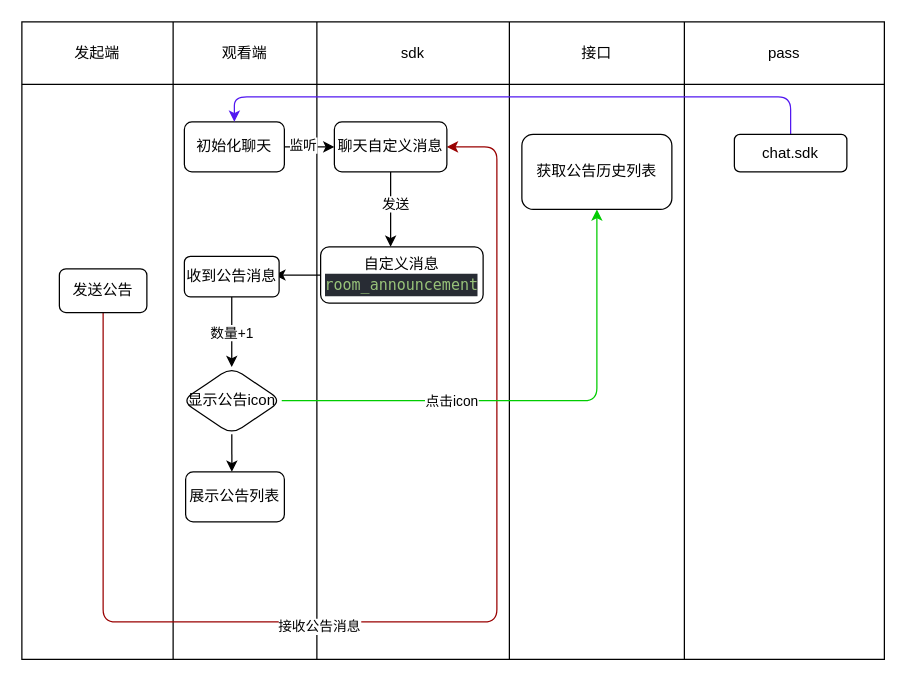
github-zoqg/vhall-platform keeps this draw.io diagram as src/packages/footer-tools/src/component/notice/doc/notice.drawio. Above is the earlier version. Source tidied: cells renumbered, new cells numbered last; positions are measured from the earlier drawing's top-left corner, leaving out a move shared by most shapes. Both pictures are drawn from the tidied source at 125%, with x=0, y=0 at pixel (21, 21).
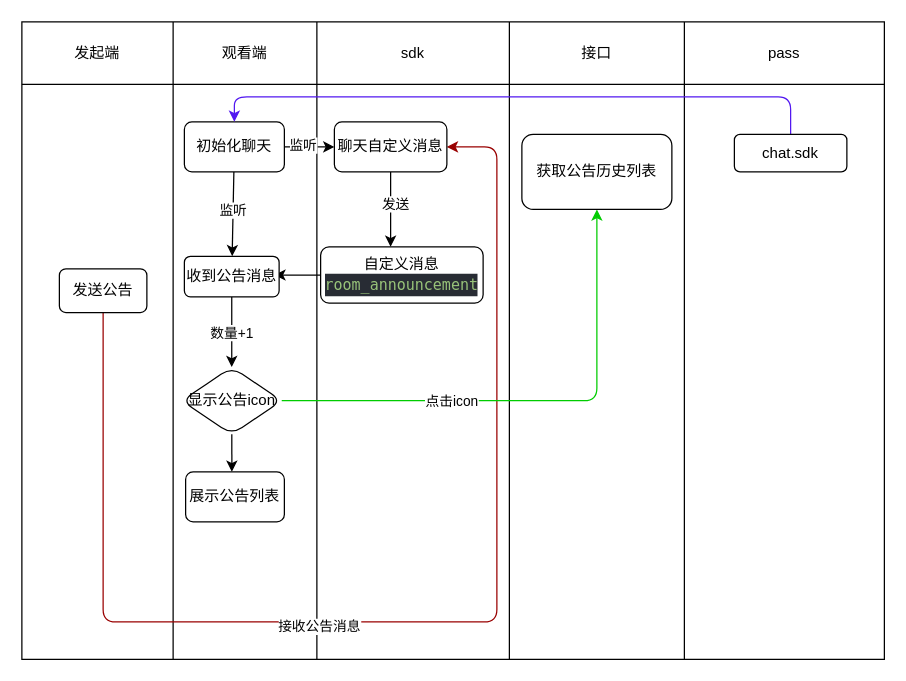
The same page after the edit.

Unchanged cells that the change refers to:
```xml
<mxCell id="20" value="初始化聊天" style="rounded=1;whiteSpace=wrap;html=1;shadow=0;" parent="1" vertex="1">
  <mxGeometry x="130" y="80" width="80" height="40" as="geometry" />
</mxCell>
<mxCell id="30" value="收到公告消息" style="rounded=1;whiteSpace=wrap;html=1;shadow=0;" parent="1" vertex="1">
  <mxGeometry x="130" y="187.5" width="75.8" height="32.5" as="geometry" />
</mxCell>
```

Diff of the diagram source:
```diff
@@
+    <mxCell id="37" style="edgeStyle=none;html=1;" parent="1" edge="1" source="20" target="30">
+      <mxGeometry relative="1" as="geometry" />
+    </mxCell>
+    <mxCell id="38" value="监听" style="edgeLabel;html=1;align=center;verticalAlign=middle;" parent="37" vertex="1">
+      <mxGeometry x="-0.07" relative="1" as="geometry" />
+    </mxCell>
```
